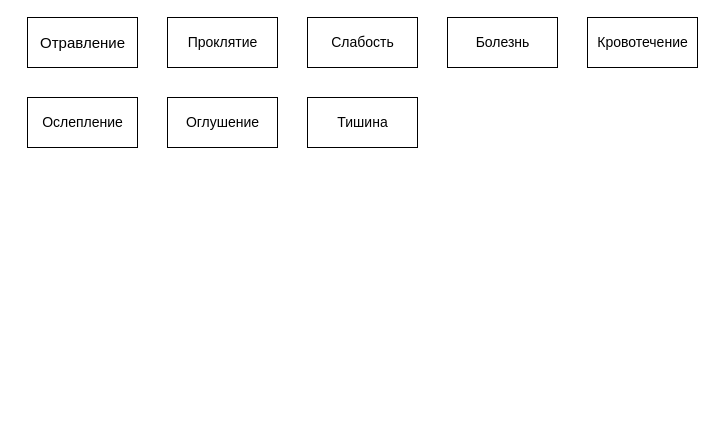
PhoenixVRN/Mafia keeps this draw.io diagram as page "Effekts" (14 of 14) of Architecture.drawio. Above is the earlier version. Source tidied: cells renumbered, new cells numbered last; positions are measured from the earlier drawing's top-left corner, leaving out a move shared by most shapes. Both pictures are drawn from the tidied source at 100%, with x=0, y=0 at pixel (27, 17).
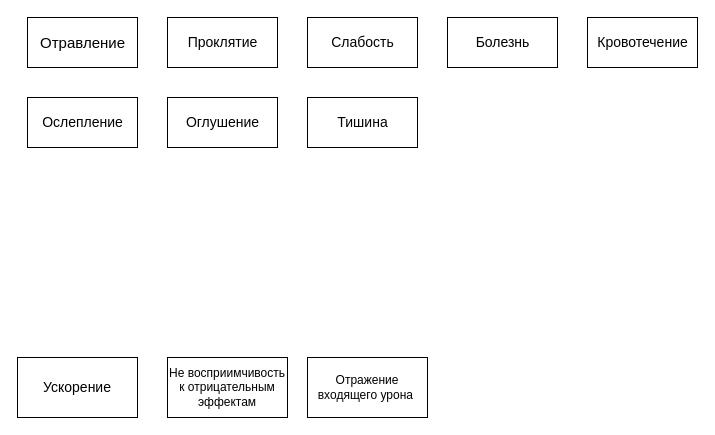
The same diagram, later.

Diff of the diagram source:
```diff
@@
 <mxGraphModel>
   <root>
     <mxCell id="0" />
     <mxCell id="1" parent="0" />
     <mxCell id="2" value="&lt;font style=&quot;font-size: 15px&quot;&gt;Отравление&lt;/font&gt;" style="html=1;fontSize=10;" parent="1" vertex="1">
       <mxGeometry width="110" height="50" as="geometry" />
     </mxCell>
     <mxCell id="3" value="&lt;font style=&quot;font-size: 14px&quot;&gt;Проклятие&lt;/font&gt;" style="html=1;fontSize=10;" parent="1" vertex="1">
       <mxGeometry x="140" width="110" height="50" as="geometry" />
     </mxCell>
     <mxCell id="4" value="&lt;font style=&quot;font-size: 14px&quot;&gt;Слабость&lt;/font&gt;" style="html=1;fontSize=10;" parent="1" vertex="1">
       <mxGeometry x="280" width="110" height="50" as="geometry" />
     </mxCell>
     <mxCell id="5" value="&lt;font style=&quot;font-size: 14px&quot;&gt;Болезнь&lt;/font&gt;" style="html=1;fontSize=10;" parent="1" vertex="1">
       <mxGeometry x="420" width="110" height="50" as="geometry" />
     </mxCell>
     <mxCell id="6" value="&lt;font style=&quot;font-size: 14px&quot;&gt;Кровотечение&lt;/font&gt;" style="html=1;fontSize=10;" parent="1" vertex="1">
       <mxGeometry x="560" width="110" height="50" as="geometry" />
     </mxCell>
     <mxCell id="7" value="&lt;font style=&quot;font-size: 14px&quot;&gt;Ослепление&lt;/font&gt;" style="html=1;fontSize=10;" parent="1" vertex="1">
       <mxGeometry y="80" width="110" height="50" as="geometry" />
     </mxCell>
     <mxCell id="8" value="&lt;font style=&quot;font-size: 14px&quot;&gt;Оглушение&lt;/font&gt;" style="html=1;fontSize=10;" parent="1" vertex="1">
       <mxGeometry x="140" y="80" width="110" height="50" as="geometry" />
     </mxCell>
     <mxCell id="9" value="&lt;font style=&quot;font-size: 14px&quot;&gt;Тишина&lt;/font&gt;" style="html=1;fontSize=10;" parent="1" vertex="1">
       <mxGeometry x="280" y="80" width="110" height="50" as="geometry" />
     </mxCell>
+    <mxCell id="10" value="&lt;font style=&quot;font-size: 14px&quot;&gt;Ускорение&lt;/font&gt;" style="rounded=0;whiteSpace=wrap;html=1;" parent="1" vertex="1">
+      <mxGeometry x="-10" y="340" width="120" height="60" as="geometry" />
+    </mxCell>
+    <mxCell id="11" value="&lt;font style=&quot;font-size: 12px&quot;&gt;Не восприимчивость к отрицательным эффектам&lt;/font&gt;" style="rounded=0;whiteSpace=wrap;html=1;" parent="1" vertex="1">
+      <mxGeometry x="140" y="340" width="120" height="60" as="geometry" />
+    </mxCell>
+    <mxCell id="12" value="Отражение входящего урона&amp;nbsp;" style="rounded=0;whiteSpace=wrap;html=1;" parent="1" vertex="1">
+      <mxGeometry x="280" y="340" width="120" height="60" as="geometry" />
+    </mxCell>
   </root>
 </mxGraphModel>
```
